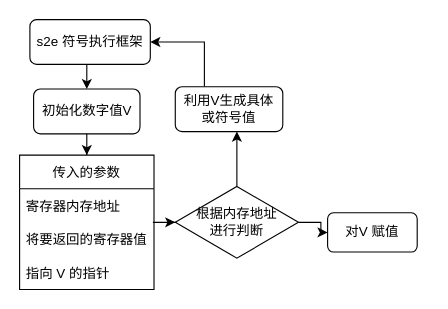
The draw.io diagram page "normal-peripheral" (4 of 4) of DrawIO/BSThesis.drawio in dingiso/TEST_For_Everything, before the edit. Source tidied: cells renumbered, new cells numbered last; positions are measured from the earlier drawing's top-left corner, leaving out a move shared by most shapes. Both pictures are drawn from the tidied source at 112%, with x=0, y=0 at pixel (19, 19).
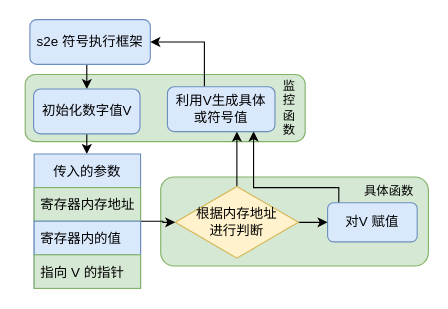
After the change.

Commit message:
Update normal_peripheral

Change to the diagram source:
```diff
@@
+    <mxCell id="17" style="rounded=1;whiteSpace=wrap;html=1;fontSize=11;fillColor=#d5e8d4;strokeColor=#82b366;" parent="1" vertex="1">
+      <mxGeometry x="126" y="140.5" width="239" height="79.5" as="geometry" />
+    </mxCell>
+    <mxCell id="18" style="rounded=1;whiteSpace=wrap;html=1;fillColor=#d5e8d4;strokeColor=#82b366;" parent="1" vertex="1">
+      <mxGeometry x="5" y="49" width="250" height="60" as="geometry" />
+    </mxCell>
@@
-    <mxCell id="3" value="s2e 符号执行框架" style="rounded=1;whiteSpace=wrap;html=1;" parent="1" vertex="1">
+    <mxCell id="3" value="s2e 符号执行框架" style="rounded=1;whiteSpace=wrap;html=1;fillColor=#dae8fc;strokeColor=#6c8ebf;" parent="1" vertex="1">
       <mxGeometry x="9.2" width="107.5" height="40" as="geometry" />
     </mxCell>
-    <mxCell id="4" style="edgeStyle=orthogonalEdgeStyle;rounded=0;jettySize=auto;html=1;" parent="1" edge="1" source="5" target="13">
-      <mxGeometry relative="1" as="geometry" />
+    <mxCell id="4" style="edgeStyle=orthogonalEdgeStyle;rounded=0;jettySize=auto;html=1;fontSize=11;" parent="1" edge="1" source="5" target="13">
+      <mxGeometry relative="1" as="geometry">
+        <Array as="points">
+          <mxPoint x="65" y="120" />
+          <mxPoint x="65" y="120" />
+        </Array>
+      </mxGeometry>
     </mxCell>
-    <mxCell id="5" value="初始化数字值V" style="rounded=1;whiteSpace=wrap;html=1;" parent="1" vertex="1">
+    <mxCell id="5" value="初始化数字值V" style="rounded=1;whiteSpace=wrap;html=1;fillColor=#dae8fc;strokeColor=#6c8ebf;" parent="1" vertex="1">
       <mxGeometry x="12.5" y="62" width="95" height="40" as="geometry" />
     </mxCell>
+    <mxCell id="19" style="edgeStyle=orthogonalEdgeStyle;rounded=0;jettySize=auto;html=1;entryX=0.801;entryY=0.994;entryDx=0;entryDy=0;entryPerimeter=0;fontSize=11;" parent="1" edge="1" source="6" target="11">
+      <mxGeometry relative="1" as="geometry">
+        <Array as="points">
+          <mxPoint x="285" y="150" />
+          <mxPoint x="209" y="150" />
+        </Array>
+      </mxGeometry>
+    </mxCell>
-    <mxCell id="6" value="对V 赋值" style="rounded=1;whiteSpace=wrap;html=1;" parent="1" vertex="1">
-      <mxGeometry x="275" y="172.5" width="80" height="35" as="geometry" />
+    <mxCell id="6" value="对V 赋值" style="rounded=1;whiteSpace=wrap;html=1;fillColor=#dae8fc;strokeColor=#6c8ebf;" parent="1" vertex="1">
+      <mxGeometry x="275" y="163.5" width="80" height="35" as="geometry" />
     </mxCell>
@@
-    <mxCell id="9" value="&lt;div&gt;根据内存地址&lt;/div&gt;&lt;div&gt;进行判断&lt;/div&gt;" style="rhombus;whiteSpace=wrap;html=1;" parent="1" vertex="1">
+    <mxCell id="9" value="&lt;div&gt;根据内存地址&lt;/div&gt;&lt;div&gt;进行判断&lt;/div&gt;" style="rhombus;whiteSpace=wrap;html=1;fillColor=#fff2cc;strokeColor=#d6b656;" parent="1" vertex="1">
       <mxGeometry x="139" y="149" width="110" height="64" as="geometry" />
     </mxCell>
@@
-    <mxCell id="11" value="&lt;div&gt;利用V生成具体&lt;/div&gt;&lt;div&gt;或符号值&lt;/div&gt;" style="rounded=1;whiteSpace=wrap;html=1;" parent="1" vertex="1">
-      <mxGeometry x="139" y="60" width="96" height="40" as="geometry" />
+    <mxCell id="11" value="&lt;div&gt;利用V生成具体&lt;/div&gt;&lt;div&gt;或符号值&lt;/div&gt;" style="rounded=1;whiteSpace=wrap;html=1;fillColor=#dae8fc;strokeColor=#6c8ebf;" parent="1" vertex="1">
+      <mxGeometry x="132" y="60" width="96" height="40" as="geometry" />
     </mxCell>
@@
-    <mxCell id="13" value="传入的参数" style="swimlane;fontStyle=0;horizontal=1;startSize=30;" parent="1" vertex="1">
-      <mxGeometry y="121" width="120" height="120" as="geometry" />
+    <mxCell id="13" value="传入的参数" style="swimlane;fontStyle=0;horizontal=1;startSize=30;fillColor=#dae8fc;strokeColor=#6c8ebf;" parent="1" vertex="1">
+      <mxGeometry x="13" y="120" width="95" height="120" as="geometry" />
     </mxCell>
-    <mxCell id="14" value="寄存器内存地址" style="text;strokeColor=none;fillColor=none;align=left;verticalAlign=middle;spacingLeft=4;spacingRight=4;overflow=hidden;" parent="13" vertex="1">
-      <mxGeometry y="30" width="120" height="30" as="geometry" />
+    <mxCell id="14" value="寄存器内存地址" style="text;strokeColor=#82b366;fillColor=#d5e8d4;align=left;verticalAlign=middle;spacingLeft=4;spacingRight=4;overflow=hidden;" parent="13" vertex="1">
+      <mxGeometry y="30" width="95" height="30" as="geometry" />
     </mxCell>
-    <mxCell id="15" value="将要返回的寄存器值" style="text;strokeColor=none;fillColor=none;align=left;verticalAlign=middle;spacingLeft=4;spacingRight=4;overflow=hidden;" parent="13" vertex="1">
-      <mxGeometry y="60" width="120" height="30" as="geometry" />
+    <mxCell id="15" value="寄存器内的值" style="text;strokeColor=#6c8ebf;fillColor=#dae8fc;align=left;verticalAlign=middle;spacingLeft=4;spacingRight=4;overflow=hidden;" parent="13" vertex="1">
+      <mxGeometry y="60" width="95" height="30" as="geometry" />
     </mxCell>
-    <mxCell id="16" value="指向 V 的指针" style="text;strokeColor=none;fillColor=none;align=left;verticalAlign=middle;spacingLeft=4;spacingRight=4;overflow=hidden;" parent="13" vertex="1">
-      <mxGeometry y="90" width="120" height="30" as="geometry" />
+    <mxCell id="16" value="指向 V 的指针" style="text;strokeColor=#82b366;fillColor=#d5e8d4;align=left;verticalAlign=middle;spacingLeft=4;spacingRight=4;overflow=hidden;" parent="13" vertex="1">
+      <mxGeometry y="90" width="95" height="30" as="geometry" />
     </mxCell>
+    <mxCell id="20" value="&lt;div style=&quot;font-size: 11px;&quot;&gt;监&lt;/div&gt;&lt;div style=&quot;font-size: 11px;&quot;&gt;控&lt;/div&gt;&lt;div style=&quot;font-size: 11px;&quot;&gt;函&lt;/div&gt;&lt;div style=&quot;font-size: 11px;&quot;&gt;数&lt;/div&gt;" style="text;html=1;strokeColor=none;fillColor=none;align=center;verticalAlign=middle;whiteSpace=wrap;rounded=0;fontSize=11;" parent="1" vertex="1">
+      <mxGeometry x="225" y="49" width="32" height="60" as="geometry" />
+    </mxCell>
+    <mxCell id="21" value="具体函数" style="text;html=1;strokeColor=none;fillColor=none;align=center;verticalAlign=middle;whiteSpace=wrap;rounded=0;fontSize=11;" parent="1" vertex="1">
+      <mxGeometry x="300" y="138" width="60" height="30" as="geometry" />
+    </mxCell>
```
